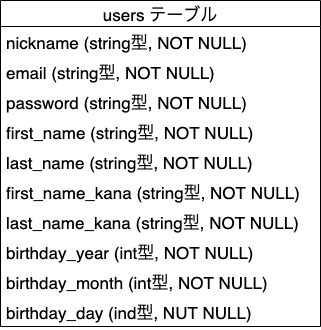
The draw.io diagram database.drawio.png in kos-san/furima-30536, before a commit. Source tidied: cells renumbered, new cells last; positions are measured from the earlier drawing's top-left corner, leaving out a move shared by most shapes. The source it was exported from:
```xml
<mxGraphModel>
  <root>
    <mxCell id="0" />
    <mxCell id="1" parent="0" />
    <mxCell id="2" value="users テーブル" style="swimlane;fontStyle=0;horizontal=1;startSize=26;align=center;fontSize=17;" parent="1" vertex="1">
      <mxGeometry width="320" height="326" as="geometry" />
    </mxCell>
    <mxCell id="3" value="nickname (string型, NOT NULL)" style="text;strokeColor=none;fillColor=none;spacingLeft=4;spacingRight=4;overflow=hidden;fontSize=17;" parent="2" vertex="1">
      <mxGeometry y="26" width="320" height="30" as="geometry" />
    </mxCell>
    <mxCell id="4" value="email (string型, NOT NULL)" style="text;strokeColor=none;fillColor=none;spacingLeft=4;spacingRight=4;overflow=hidden;fontSize=17;" parent="2" vertex="1">
      <mxGeometry y="56" width="320" height="30" as="geometry" />
    </mxCell>
    <mxCell id="5" value="password (string型, NOT NULL)" style="text;strokeColor=none;fillColor=none;spacingLeft=4;spacingRight=4;overflow=hidden;fontSize=17;" parent="2" vertex="1">
      <mxGeometry y="86" width="320" height="30" as="geometry" />
    </mxCell>
    <mxCell id="6" value="first_name (string型, NOT NULL)" style="text;strokeColor=none;fillColor=none;spacingLeft=4;spacingRight=4;overflow=hidden;points=[[0,0.5],[1,0.5]];portConstraint=eastwest;fontSize=17;" parent="2" vertex="1">
      <mxGeometry y="116" width="320" height="30" as="geometry" />
    </mxCell>
    <mxCell id="7" value="last_name (string型, NOT NULL)" style="text;strokeColor=none;fillColor=none;spacingLeft=4;spacingRight=4;overflow=hidden;fontSize=17;" parent="2" vertex="1">
      <mxGeometry y="146" width="320" height="30" as="geometry" />
    </mxCell>
    <mxCell id="8" value="first_name_kana (string型, NOT NULL)" style="text;strokeColor=none;fillColor=none;spacingLeft=4;spacingRight=4;overflow=hidden;fontSize=17;" parent="2" vertex="1">
      <mxGeometry y="176" width="320" height="30" as="geometry" />
    </mxCell>
    <mxCell id="9" value="last_name_kana (string型, NOT NULL)" style="text;strokeColor=none;fillColor=none;spacingLeft=4;spacingRight=4;overflow=hidden;fontSize=17;" parent="2" vertex="1">
      <mxGeometry y="206" width="320" height="30" as="geometry" />
    </mxCell>
    <mxCell id="10" value="birthday_year (int型, NOT NULL)" style="text;strokeColor=none;fillColor=none;spacingLeft=4;spacingRight=4;overflow=hidden;fontSize=17;" parent="2" vertex="1">
      <mxGeometry y="236" width="320" height="30" as="geometry" />
    </mxCell>
    <mxCell id="11" value="birthday_month (int型, NOT NULL)" style="text;strokeColor=none;fillColor=none;spacingLeft=4;spacingRight=4;overflow=hidden;fontSize=17;" parent="2" vertex="1">
      <mxGeometry y="266" width="320" height="30" as="geometry" />
    </mxCell>
    <mxCell id="12" value="birthday_day (ind型, NUT NULL)" style="text;strokeColor=none;fillColor=none;spacingLeft=4;spacingRight=4;overflow=hidden;fontSize=17;" parent="2" vertex="1">
      <mxGeometry y="296" width="320" height="30" as="geometry" />
    </mxCell>
  </root>
</mxGraphModel>
```
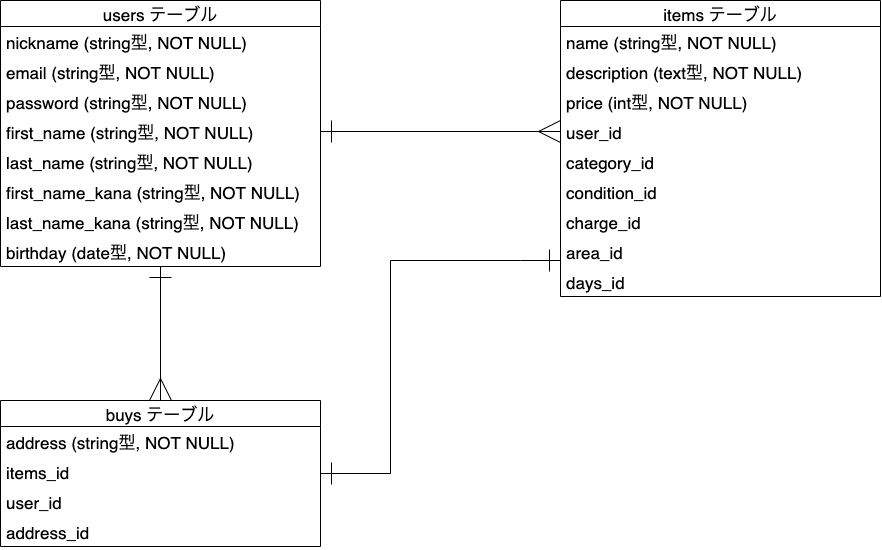
After the change.

Commit message:
データベース設計

What changed in the source:
```diff
@@ -3,7 +3,7 @@
     <mxCell id="0" />
     <mxCell id="1" parent="0" />
     <mxCell id="2" value="users テーブル" style="swimlane;fontStyle=0;horizontal=1;startSize=26;align=center;fontSize=17;" parent="1" vertex="1">
-      <mxGeometry width="320" height="326" as="geometry" />
+      <mxGeometry width="320" height="266" as="geometry" />
     </mxCell>
     <mxCell id="3" value="nickname (string型, NOT NULL)" style="text;strokeColor=none;fillColor=none;spacingLeft=4;spacingRight=4;overflow=hidden;fontSize=17;" parent="2" vertex="1">
       <mxGeometry y="26" width="320" height="30" as="geometry" />
@@ -26,14 +26,73 @@
     <mxCell id="9" value="last_name_kana (string型, NOT NULL)" style="text;strokeColor=none;fillColor=none;spacingLeft=4;spacingRight=4;overflow=hidden;fontSize=17;" parent="2" vertex="1">
       <mxGeometry y="206" width="320" height="30" as="geometry" />
     </mxCell>
-    <mxCell id="10" value="birthday_year (int型, NOT NULL)" style="text;strokeColor=none;fillColor=none;spacingLeft=4;spacingRight=4;overflow=hidden;fontSize=17;" parent="2" vertex="1">
+    <mxCell id="10" value="birthday (date型, NOT NULL)" style="text;strokeColor=none;fillColor=none;spacingLeft=4;spacingRight=4;overflow=hidden;fontSize=17;" parent="2" vertex="1">
       <mxGeometry y="236" width="320" height="30" as="geometry" />
     </mxCell>
-    <mxCell id="11" value="birthday_month (int型, NOT NULL)" style="text;strokeColor=none;fillColor=none;spacingLeft=4;spacingRight=4;overflow=hidden;fontSize=17;" parent="2" vertex="1">
-      <mxGeometry y="266" width="320" height="30" as="geometry" />
-    </mxCell>
-    <mxCell id="12" value="birthday_day (ind型, NUT NULL)" style="text;strokeColor=none;fillColor=none;spacingLeft=4;spacingRight=4;overflow=hidden;fontSize=17;" parent="2" vertex="1">
-      <mxGeometry y="296" width="320" height="30" as="geometry" />
-    </mxCell>
+    <mxCell id="13" style="edgeStyle=orthogonalEdgeStyle;rounded=0;jettySize=auto;html=1;startArrow=ERone;startFill=0;startSize=20;endArrow=none;endFill=0;endSize=20;" parent="1" edge="1" source="14">
+      <mxGeometry relative="1" as="geometry">
+        <mxPoint x="390" y="260" as="targetPoint" />
+        <Array as="points">
+          <mxPoint x="520" y="260" />
+          <mxPoint x="520" y="260" />
+        </Array>
+      </mxGeometry>
+    </mxCell>
+    <mxCell id="14" value="items テーブル" style="swimlane;fontStyle=0;horizontal=1;startSize=26;align=center;fontSize=17;" parent="1" vertex="1">
+      <mxGeometry x="560" width="320" height="296" as="geometry" />
+    </mxCell>
+    <mxCell id="15" value="name (string型, NOT NULL)" style="text;strokeColor=none;fillColor=none;spacingLeft=4;spacingRight=4;overflow=hidden;fontSize=17;" parent="14" vertex="1">
+      <mxGeometry y="26" width="320" height="30" as="geometry" />
+    </mxCell>
+    <mxCell id="16" value="description (text型, NOT NULL)" style="text;strokeColor=none;fillColor=none;spacingLeft=4;spacingRight=4;overflow=hidden;fontSize=17;" parent="14" vertex="1">
+      <mxGeometry y="56" width="320" height="30" as="geometry" />
+    </mxCell>
+    <mxCell id="17" value="price (int型, NOT NULL)" style="text;strokeColor=none;fillColor=none;spacingLeft=4;spacingRight=4;overflow=hidden;fontSize=17;" parent="14" vertex="1">
+      <mxGeometry y="86" width="320" height="30" as="geometry" />
+    </mxCell>
+    <mxCell id="18" value="user_id" style="text;strokeColor=none;fillColor=none;spacingLeft=4;spacingRight=4;overflow=hidden;points=[[0,0.5],[1,0.5]];portConstraint=eastwest;fontSize=17;" parent="14" vertex="1">
+      <mxGeometry y="116" width="320" height="30" as="geometry" />
+    </mxCell>
+    <mxCell id="19" value="category_id" style="text;strokeColor=none;fillColor=none;spacingLeft=4;spacingRight=4;overflow=hidden;fontSize=17;" parent="14" vertex="1">
+      <mxGeometry y="146" width="320" height="30" as="geometry" />
+    </mxCell>
+    <mxCell id="20" value="condition_id" style="text;strokeColor=none;fillColor=none;spacingLeft=4;spacingRight=4;overflow=hidden;fontSize=17;" parent="14" vertex="1">
+      <mxGeometry y="176" width="320" height="30" as="geometry" />
+    </mxCell>
+    <mxCell id="21" value="charge_id" style="text;strokeColor=none;fillColor=none;spacingLeft=4;spacingRight=4;overflow=hidden;fontSize=17;" parent="14" vertex="1">
+      <mxGeometry y="206" width="320" height="30" as="geometry" />
+    </mxCell>
+    <mxCell id="22" value="area_id" style="text;strokeColor=none;fillColor=none;spacingLeft=4;spacingRight=4;overflow=hidden;fontSize=17;" parent="14" vertex="1">
+      <mxGeometry y="236" width="320" height="30" as="geometry" />
+    </mxCell>
+    <mxCell id="23" value="days_id" style="text;strokeColor=none;fillColor=none;spacingLeft=4;spacingRight=4;overflow=hidden;fontSize=17;" parent="14" vertex="1">
+      <mxGeometry y="266" width="320" height="30" as="geometry" />
+    </mxCell>
+    <mxCell id="24" style="edgeStyle=none;rounded=0;jettySize=auto;html=1;entryX=0;entryY=0.5;entryDx=0;entryDy=0;fontSize=12;endArrow=ERmany;endFill=0;startArrow=ERone;startFill=0;strokeWidth=1;jumpSize=18;endSize=20;startSize=20;" parent="1" edge="1" source="6" target="18">
+      <mxGeometry relative="1" as="geometry" />
+    </mxCell>
+    <mxCell id="25" style="edgeStyle=orthogonalEdgeStyle;rounded=0;jettySize=auto;html=1;endArrow=ERone;endFill=0;startArrow=ERmany;startFill=0;endSize=20;startSize=20;" parent="1" edge="1" source="27" target="2">
+      <mxGeometry relative="1" as="geometry" />
+    </mxCell>
+    <mxCell id="26" style="edgeStyle=orthogonalEdgeStyle;rounded=0;jettySize=auto;html=1;startArrow=ERone;startFill=0;startSize=20;endArrow=none;endFill=0;endSize=20;" parent="1" edge="1" source="27">
+      <mxGeometry relative="1" as="geometry">
+        <mxPoint x="390" y="260" as="targetPoint" />
+      </mxGeometry>
+    </mxCell>
+    <mxCell id="27" value="buys テーブル" style="swimlane;fontStyle=0;horizontal=1;startSize=26;align=center;fontSize=17;" parent="1" vertex="1">
+      <mxGeometry y="400" width="320" height="146" as="geometry" />
+    </mxCell>
+    <mxCell id="28" value="address (string型, NOT NULL)" style="text;strokeColor=none;fillColor=none;spacingLeft=4;spacingRight=4;overflow=hidden;fontSize=17;" parent="27" vertex="1">
+      <mxGeometry y="26" width="320" height="30" as="geometry" />
+    </mxCell>
+    <mxCell id="29" value="items_id" style="text;strokeColor=none;fillColor=none;spacingLeft=4;spacingRight=4;overflow=hidden;fontSize=17;" parent="27" vertex="1">
+      <mxGeometry y="56" width="320" height="30" as="geometry" />
+    </mxCell>
+    <mxCell id="30" value="user_id" style="text;strokeColor=none;fillColor=none;spacingLeft=4;spacingRight=4;overflow=hidden;fontSize=17;" parent="27" vertex="1">
+      <mxGeometry y="86" width="320" height="30" as="geometry" />
+    </mxCell>
+    <mxCell id="31" value="address_id" style="text;strokeColor=none;fillColor=none;spacingLeft=4;spacingRight=4;overflow=hidden;fontSize=17;" parent="27" vertex="1">
+      <mxGeometry y="116" width="320" height="30" as="geometry" />
+    </mxCell>
   </root>
 </mxGraphModel>
```
